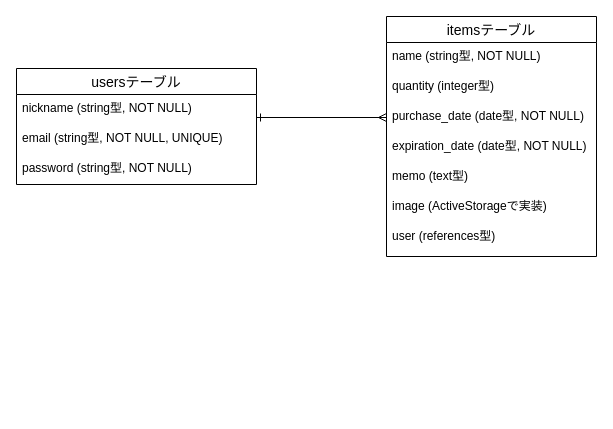
This is ER.dio from yunyunjp/fridge_app, a draw.io file, before an edit. Source tidied: cells renumbered, new cells numbered last; positions are measured from the earlier drawing's top-left corner, leaving out a move shared by most shapes. Both pictures are drawn from the tidied source at 100%, with x=0, y=0 at pixel (16, 16).
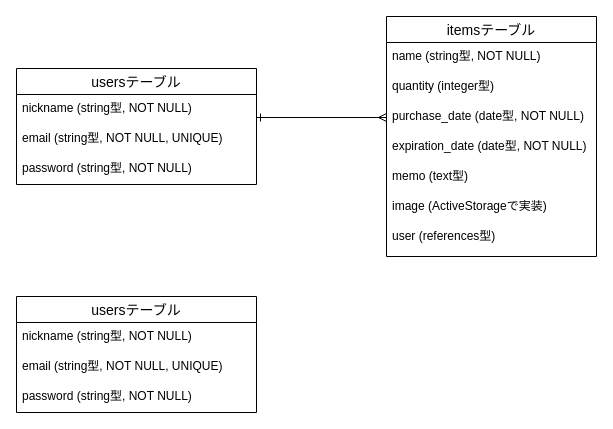
The same page after the edit.

Change to the diagram source:
```diff
@@
 <mxGraphModel>
   <root>
     <mxCell id="0" />
     <mxCell id="1" parent="0" />
     <mxCell id="2" value="usersテーブル" style="swimlane;fontStyle=0;horizontal=1;startSize=26;align=center;fontSize=14;" parent="1" vertex="1">
       <mxGeometry y="52" width="240" height="116" as="geometry" />
     </mxCell>
     <mxCell id="3" value="nickname (string型, NOT NULL)" style="text;strokeColor=none;fillColor=none;spacingLeft=4;spacingRight=4;overflow=hidden;fontSize=12;" parent="2" vertex="1">
       <mxGeometry y="26" width="240" height="30" as="geometry" />
     </mxCell>
     <mxCell id="4" value="email (string型, NOT NULL, UNIQUE)" style="text;strokeColor=none;fillColor=none;spacingLeft=4;spacingRight=4;overflow=hidden;fontSize=12;" parent="2" vertex="1">
       <mxGeometry y="56" width="240" height="30" as="geometry" />
     </mxCell>
     <mxCell id="5" value="password (string型, NOT NULL)&#10;" style="text;strokeColor=none;fillColor=none;spacingLeft=4;spacingRight=4;overflow=hidden;fontSize=12;" parent="2" vertex="1">
       <mxGeometry y="86" width="240" height="30" as="geometry" />
     </mxCell>
     <mxCell id="6" value="itemsテーブル" style="swimlane;fontStyle=0;horizontal=1;startSize=26;align=center;fontSize=14;" parent="1" vertex="1">
       <mxGeometry x="370" width="210" height="240" as="geometry" />
     </mxCell>
     <mxCell id="7" value="name (string型, NOT NULL)" style="text;strokeColor=none;fillColor=none;spacingLeft=4;spacingRight=4;overflow=hidden;fontSize=12;" parent="6" vertex="1">
       <mxGeometry y="26" width="210" height="30" as="geometry" />
     </mxCell>
     <mxCell id="8" value="quantity (integer型)" style="text;strokeColor=none;fillColor=none;spacingLeft=4;spacingRight=4;overflow=hidden;fontSize=12;" parent="6" vertex="1">
       <mxGeometry y="56" width="210" height="30" as="geometry" />
     </mxCell>
     <mxCell id="9" value="purchase_date (date型, NOT NULL)" style="text;strokeColor=none;fillColor=none;spacingLeft=4;spacingRight=4;overflow=hidden;points=[[0,0.5],[1,0.5]];portConstraint=eastwest;fontSize=12;" parent="6" vertex="1">
       <mxGeometry y="86" width="210" height="30" as="geometry" />
     </mxCell>
     <mxCell id="10" value="expiration_date (date型, NOT NULL)" style="text;strokeColor=none;fillColor=none;spacingLeft=4;spacingRight=4;overflow=hidden;fontSize=12;" parent="6" vertex="1">
       <mxGeometry y="116" width="210" height="30" as="geometry" />
     </mxCell>
     <mxCell id="11" value="memo (text型)" style="text;strokeColor=none;fillColor=none;spacingLeft=4;spacingRight=4;overflow=hidden;fontSize=12;" parent="6" vertex="1">
       <mxGeometry y="146" width="210" height="30" as="geometry" />
     </mxCell>
     <mxCell id="12" value="image (ActiveStorageで実装)" style="text;strokeColor=none;fillColor=none;spacingLeft=4;spacingRight=4;overflow=hidden;fontSize=12;" parent="6" vertex="1">
       <mxGeometry y="176" width="210" height="30" as="geometry" />
     </mxCell>
     <mxCell id="13" value="user (references型)" style="text;strokeColor=none;fillColor=none;spacingLeft=4;spacingRight=4;overflow=hidden;fontSize=12;" parent="6" vertex="1">
       <mxGeometry y="206" width="210" height="34" as="geometry" />
     </mxCell>
     <mxCell id="14" style="edgeStyle=orthogonalEdgeStyle;rounded=0;jettySize=auto;html=1;exitX=0;exitY=0.5;exitDx=0;exitDy=0;endArrow=ERone;endFill=0;startArrow=ERmany;startFill=0;" parent="1" edge="1" source="9">
       <mxGeometry relative="1" as="geometry">
         <mxPoint x="240" y="101" as="targetPoint" />
       </mxGeometry>
     </mxCell>
+    <mxCell id="15" value="usersテーブル" style="swimlane;fontStyle=0;horizontal=1;startSize=26;align=center;fontSize=14;" parent="1" vertex="1">
+      <mxGeometry y="280" width="240" height="116" as="geometry" />
+    </mxCell>
+    <mxCell id="16" value="nickname (string型, NOT NULL)" style="text;strokeColor=none;fillColor=none;spacingLeft=4;spacingRight=4;overflow=hidden;fontSize=12;" parent="15" vertex="1">
+      <mxGeometry y="26" width="240" height="30" as="geometry" />
+    </mxCell>
+    <mxCell id="17" value="email (string型, NOT NULL, UNIQUE)" style="text;strokeColor=none;fillColor=none;spacingLeft=4;spacingRight=4;overflow=hidden;fontSize=12;" parent="15" vertex="1">
+      <mxGeometry y="56" width="240" height="30" as="geometry" />
+    </mxCell>
+    <mxCell id="18" value="password (string型, NOT NULL)&#10;" style="text;strokeColor=none;fillColor=none;spacingLeft=4;spacingRight=4;overflow=hidden;fontSize=12;" parent="15" vertex="1">
+      <mxGeometry y="86" width="240" height="30" as="geometry" />
+    </mxCell>
   </root>
 </mxGraphModel>
```
